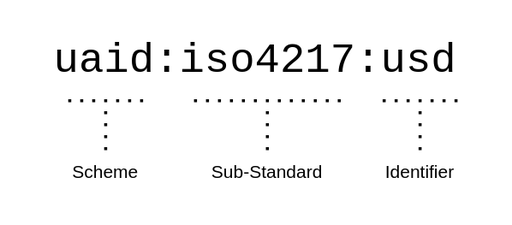
The draw.io diagram diagrams/uaid-structure.svg in oaripay/unified-asset-ids, before a commit. Source tidied: cells renumbered, new cells last; positions are measured from the earlier drawing's top-left corner, leaving out a move shared by most shapes. The source it was exported from:
```xml
<mxGraphModel>
  <root>
    <mxCell id="0" />
    <mxCell id="1" parent="0" />
    <mxCell id="2" value="uaid:iso4217:usd" style="text;html=1;whiteSpace=wrap;strokeColor=none;fillColor=none;align=center;verticalAlign=middle;rounded=0;fontFamily=Courier New;fontSize=28;" parent="1" vertex="1">
      <mxGeometry width="300" height="40" as="geometry" />
    </mxCell>
    <mxCell id="3" style="endArrow=none;dashed=1;html=1;dashPattern=1 3;strokeWidth=2;rounded=0;" parent="1" edge="1">
      <mxGeometry relative="1" as="geometry">
        <mxPoint x="50" y="80" as="sourcePoint" />
        <mxPoint x="50" y="50" as="targetPoint" />
      </mxGeometry>
    </mxCell>
    <mxCell id="4" value="Scheme" style="text;html=1;whiteSpace=wrap;strokeColor=none;fillColor=none;align=center;verticalAlign=middle;rounded=0;" parent="1" vertex="1">
      <mxGeometry x="20" y="80" width="60" height="30" as="geometry" />
    </mxCell>
    <mxCell id="5" style="endArrow=none;dashed=1;html=1;dashPattern=1 3;strokeWidth=2;rounded=0;" parent="1" edge="1">
      <mxGeometry relative="1" as="geometry">
        <mxPoint x="158" y="80" as="sourcePoint" />
        <mxPoint x="158" y="50" as="targetPoint" />
      </mxGeometry>
    </mxCell>
    <mxCell id="6" value="Sub-Standard" style="text;html=1;whiteSpace=wrap;strokeColor=none;fillColor=none;align=center;verticalAlign=middle;rounded=0;" parent="1" vertex="1">
      <mxGeometry x="117" y="80" width="82" height="30" as="geometry" />
    </mxCell>
    <mxCell id="7" style="endArrow=none;dashed=1;html=1;dashPattern=1 3;strokeWidth=2;rounded=0;" parent="1" edge="1">
      <mxGeometry relative="1" as="geometry">
        <mxPoint x="260" y="80" as="sourcePoint" />
        <mxPoint x="260" y="50" as="targetPoint" />
      </mxGeometry>
    </mxCell>
    <mxCell id="8" style="endArrow=none;dashed=1;html=1;dashPattern=1 3;strokeWidth=2;rounded=0;" parent="1" edge="1">
      <mxGeometry relative="1" as="geometry">
        <mxPoint x="25" y="47" as="sourcePoint" />
        <mxPoint x="80" y="47" as="targetPoint" />
      </mxGeometry>
    </mxCell>
    <mxCell id="9" style="endArrow=none;dashed=1;html=1;dashPattern=1 3;strokeWidth=2;rounded=0;" parent="1" edge="1">
      <mxGeometry relative="1" as="geometry">
        <mxPoint x="109" y="47" as="sourcePoint" />
        <mxPoint x="209" y="47" as="targetPoint" />
      </mxGeometry>
    </mxCell>
    <mxCell id="10" style="endArrow=none;dashed=1;html=1;dashPattern=1 3;strokeWidth=2;rounded=0;" parent="1" edge="1">
      <mxGeometry relative="1" as="geometry">
        <mxPoint x="235" y="47" as="sourcePoint" />
        <mxPoint x="285" y="47" as="targetPoint" />
      </mxGeometry>
    </mxCell>
    <mxCell id="11" value="Identifier" style="text;html=1;whiteSpace=wrap;strokeColor=none;fillColor=none;align=center;verticalAlign=middle;rounded=0;" parent="1" vertex="1">
      <mxGeometry x="219" y="80" width="82" height="30" as="geometry" />
    </mxCell>
  </root>
</mxGraphModel>
```
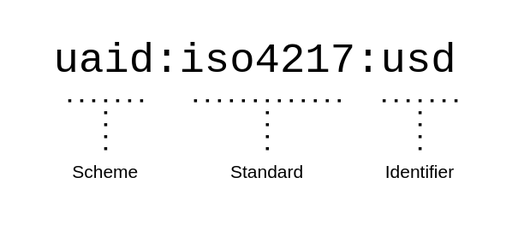
After the change.

The edit, as a diff of the source:
```diff
@@ -20,7 +20,7 @@
         <mxPoint x="158" y="50" as="targetPoint" />
       </mxGeometry>
     </mxCell>
-    <mxCell id="6" value="Sub-Standard" style="text;html=1;whiteSpace=wrap;strokeColor=none;fillColor=none;align=center;verticalAlign=middle;rounded=0;" parent="1" vertex="1">
+    <mxCell id="6" value="Standard" style="text;html=1;whiteSpace=wrap;strokeColor=none;fillColor=none;align=center;verticalAlign=middle;rounded=0;" parent="1" vertex="1">
       <mxGeometry x="117" y="80" width="82" height="30" as="geometry" />
     </mxCell>
     <mxCell id="7" style="endArrow=none;dashed=1;html=1;dashPattern=1 3;strokeWidth=2;rounded=0;" parent="1" edge="1">
```
